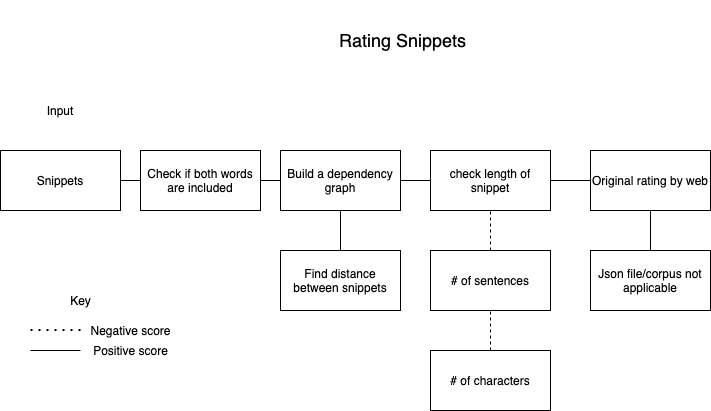
Above: Scoring.png in Forward-UIUC-2022S/naifu-zheng-relations-between-keywords (draw.io), before the change. Source tidied: cells renumbered, new cells last; positions are measured from the earlier drawing's top-left corner, leaving out a move shared by most shapes. Its diagram source:
```xml
<mxGraphModel>
  <root>
    <mxCell id="0" />
    <mxCell id="1" parent="0" />
    <mxCell id="2" value="Snippets" style="rounded=0;whiteSpace=wrap;html=1;" parent="1" vertex="1">
      <mxGeometry y="150" width="120" height="60" as="geometry" />
    </mxCell>
    <mxCell id="3" value="&lt;font style=&quot;font-size: 18px&quot;&gt;Rating Snippets&lt;br&gt;&lt;/font&gt;" style="text;html=1;strokeColor=none;fillColor=none;align=center;verticalAlign=middle;whiteSpace=wrap;rounded=0;" parent="1" vertex="1">
      <mxGeometry x="315" width="175" height="80" as="geometry" />
    </mxCell>
    <mxCell id="4" value="Input" style="text;html=1;strokeColor=none;fillColor=none;align=center;verticalAlign=middle;whiteSpace=wrap;rounded=0;" parent="1" vertex="1">
      <mxGeometry x="40" y="100" width="40" height="20" as="geometry" />
    </mxCell>
    <mxCell id="5" style="endArrow=none;html=1;exitX=1;exitY=0.5;exitDx=0;exitDy=0;entryX=0;entryY=0.5;entryDx=0;entryDy=0;" parent="1" edge="1" source="2" target="6">
      <mxGeometry relative="1" as="geometry" />
    </mxCell>
    <mxCell id="6" value="Check if both words are included" style="rounded=0;whiteSpace=wrap;html=1;" parent="1" vertex="1">
      <mxGeometry x="140" y="150" width="120" height="60" as="geometry" />
    </mxCell>
    <mxCell id="7" value="Build a dependency graph" style="rounded=0;whiteSpace=wrap;html=1;" parent="1" vertex="1">
      <mxGeometry x="280" y="150" width="120" height="60" as="geometry" />
    </mxCell>
    <mxCell id="8" style="endArrow=none;html=1;entryX=0;entryY=0.5;entryDx=0;entryDy=0;exitX=1;exitY=0.5;exitDx=0;exitDy=0;" parent="1" edge="1" source="6" target="7">
      <mxGeometry relative="1" as="geometry" />
    </mxCell>
    <mxCell id="9" value="Find distance between snippets" style="rounded=0;whiteSpace=wrap;html=1;" parent="1" vertex="1">
      <mxGeometry x="280" y="250" width="120" height="60" as="geometry" />
    </mxCell>
    <mxCell id="10" style="endArrow=none;html=1;entryX=0.5;entryY=1;entryDx=0;entryDy=0;exitX=0.5;exitY=0;exitDx=0;exitDy=0;" parent="1" edge="1" target="7">
      <mxGeometry relative="1" as="geometry">
        <mxPoint x="340" y="250" as="sourcePoint" />
      </mxGeometry>
    </mxCell>
    <mxCell id="11" value="check length of snippet" style="rounded=0;whiteSpace=wrap;html=1;" parent="1" vertex="1">
      <mxGeometry x="430" y="150" width="120" height="60" as="geometry" />
    </mxCell>
    <mxCell id="12" style="endArrow=none;html=1;entryX=0;entryY=0.5;entryDx=0;entryDy=0;exitX=1;exitY=0.5;exitDx=0;exitDy=0;" parent="1" edge="1" source="7" target="11">
      <mxGeometry relative="1" as="geometry" />
    </mxCell>
    <mxCell id="13" value="# of sentences" style="rounded=0;whiteSpace=wrap;html=1;" parent="1" vertex="1">
      <mxGeometry x="430" y="250" width="120" height="60" as="geometry" />
    </mxCell>
    <mxCell id="14" value="# of characters" style="rounded=0;whiteSpace=wrap;html=1;" parent="1" vertex="1">
      <mxGeometry x="430" y="350" width="120" height="60" as="geometry" />
    </mxCell>
    <mxCell id="15" style="endArrow=none;dashed=1;html=1;dashPattern=1 3;strokeWidth=2;" parent="1" edge="1">
      <mxGeometry relative="1" as="geometry">
        <mxPoint x="30" y="329.5" as="sourcePoint" />
        <mxPoint x="80" y="329.5" as="targetPoint" />
        <Array as="points">
          <mxPoint x="80" y="329.5" />
        </Array>
      </mxGeometry>
    </mxCell>
    <mxCell id="16" value="Key&lt;br&gt;" style="text;html=1;align=center;verticalAlign=middle;strokeColor=none;" parent="1" vertex="1">
      <mxGeometry x="60" y="290" width="40" height="20" as="geometry" />
    </mxCell>
    <mxCell id="17" style="endArrow=none;html=1;" parent="1" edge="1">
      <mxGeometry relative="1" as="geometry">
        <mxPoint x="30" y="350" as="sourcePoint" />
        <mxPoint x="80" y="350" as="targetPoint" />
      </mxGeometry>
    </mxCell>
    <mxCell id="18" value="Negative score" style="text;html=1;align=center;verticalAlign=middle;strokeColor=none;" parent="1" vertex="1">
      <mxGeometry x="80" y="320" width="100" height="20" as="geometry" />
    </mxCell>
    <mxCell id="19" value="Positive score" style="text;html=1;align=center;verticalAlign=middle;strokeColor=none;" parent="1" vertex="1">
      <mxGeometry x="85" y="340" width="90" height="20" as="geometry" />
    </mxCell>
    <mxCell id="20" style="endArrow=none;dashed=1;html=1;entryX=0.5;entryY=1;entryDx=0;entryDy=0;exitX=0.5;exitY=0;exitDx=0;exitDy=0;" parent="1" edge="1" target="11">
      <mxGeometry relative="1" as="geometry">
        <mxPoint x="490" y="250" as="sourcePoint" />
      </mxGeometry>
    </mxCell>
    <mxCell id="21" style="endArrow=none;dashed=1;html=1;entryX=0.5;entryY=1;entryDx=0;entryDy=0;exitX=0.5;exitY=0;exitDx=0;exitDy=0;" parent="1" edge="1" source="14" target="13">
      <mxGeometry relative="1" as="geometry" />
    </mxCell>
    <mxCell id="22" style="endArrow=none;html=1;exitX=1;exitY=0.5;exitDx=0;exitDy=0;entryX=0;entryY=0.5;entryDx=0;entryDy=0;" parent="1" edge="1" source="11" target="23">
      <mxGeometry relative="1" as="geometry" />
    </mxCell>
    <mxCell id="23" value="Original rating by web" style="rounded=0;whiteSpace=wrap;html=1;" parent="1" vertex="1">
      <mxGeometry x="590" y="150" width="120" height="60" as="geometry" />
    </mxCell>
    <mxCell id="24" value="Json file/corpus not applicable" style="rounded=0;whiteSpace=wrap;html=1;" parent="1" vertex="1">
      <mxGeometry x="590" y="250" width="120" height="60" as="geometry" />
    </mxCell>
    <mxCell id="25" style="endArrow=none;html=1;entryX=0.5;entryY=1;entryDx=0;entryDy=0;exitX=0.5;exitY=0;exitDx=0;exitDy=0;" parent="1" edge="1" target="23">
      <mxGeometry relative="1" as="geometry">
        <mxPoint x="650" y="250" as="sourcePoint" />
      </mxGeometry>
    </mxCell>
  </root>
</mxGraphModel>
```
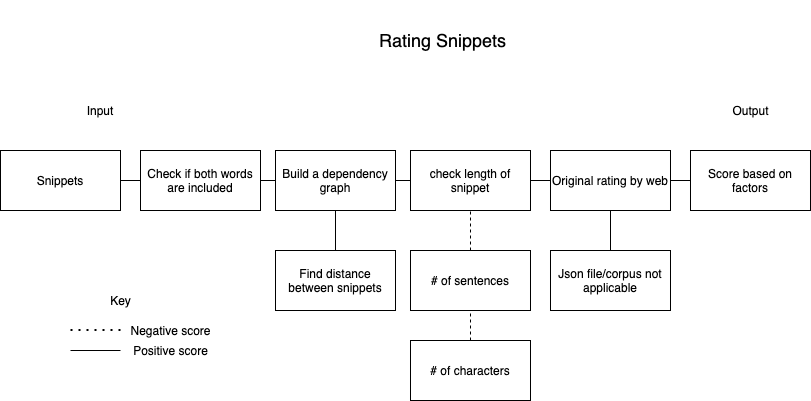
The same file after the commit.

Diff of the diagram source:
```diff
@@ -3,7 +3,7 @@
     <mxCell id="0" />
     <mxCell id="1" parent="0" />
     <mxCell id="2" value="Snippets" style="rounded=0;whiteSpace=wrap;html=1;" parent="1" vertex="1">
-      <mxGeometry y="150" width="120" height="60" as="geometry" />
+      <mxGeometry x="-40" y="150" width="120" height="60" as="geometry" />
     </mxCell>
     <mxCell id="3" value="&lt;font style=&quot;font-size: 18px&quot;&gt;Rating Snippets&lt;br&gt;&lt;/font&gt;" style="text;html=1;strokeColor=none;fillColor=none;align=center;verticalAlign=middle;whiteSpace=wrap;rounded=0;" parent="1" vertex="1">
       <mxGeometry x="315" width="175" height="80" as="geometry" />
@@ -15,33 +15,31 @@
       <mxGeometry relative="1" as="geometry" />
     </mxCell>
     <mxCell id="6" value="Check if both words are included" style="rounded=0;whiteSpace=wrap;html=1;" parent="1" vertex="1">
-      <mxGeometry x="140" y="150" width="120" height="60" as="geometry" />
+      <mxGeometry x="100" y="150" width="120" height="60" as="geometry" />
     </mxCell>
     <mxCell id="7" value="Build a dependency graph" style="rounded=0;whiteSpace=wrap;html=1;" parent="1" vertex="1">
-      <mxGeometry x="280" y="150" width="120" height="60" as="geometry" />
+      <mxGeometry x="235" y="150" width="120" height="60" as="geometry" />
     </mxCell>
     <mxCell id="8" style="endArrow=none;html=1;entryX=0;entryY=0.5;entryDx=0;entryDy=0;exitX=1;exitY=0.5;exitDx=0;exitDy=0;" parent="1" edge="1" source="6" target="7">
       <mxGeometry relative="1" as="geometry" />
     </mxCell>
     <mxCell id="9" value="Find distance between snippets" style="rounded=0;whiteSpace=wrap;html=1;" parent="1" vertex="1">
-      <mxGeometry x="280" y="250" width="120" height="60" as="geometry" />
+      <mxGeometry x="235" y="250" width="120" height="60" as="geometry" />
     </mxCell>
-    <mxCell id="10" style="endArrow=none;html=1;entryX=0.5;entryY=1;entryDx=0;entryDy=0;exitX=0.5;exitY=0;exitDx=0;exitDy=0;" parent="1" edge="1" target="7">
-      <mxGeometry relative="1" as="geometry">
-        <mxPoint x="340" y="250" as="sourcePoint" />
-      </mxGeometry>
+    <mxCell id="10" style="endArrow=none;html=1;entryX=0.5;entryY=1;entryDx=0;entryDy=0;exitX=0.5;exitY=0;exitDx=0;exitDy=0;" parent="1" edge="1" source="9" target="7">
+      <mxGeometry relative="1" as="geometry" />
     </mxCell>
     <mxCell id="11" value="check length of snippet" style="rounded=0;whiteSpace=wrap;html=1;" parent="1" vertex="1">
-      <mxGeometry x="430" y="150" width="120" height="60" as="geometry" />
+      <mxGeometry x="370" y="150" width="120" height="60" as="geometry" />
     </mxCell>
     <mxCell id="12" style="endArrow=none;html=1;entryX=0;entryY=0.5;entryDx=0;entryDy=0;exitX=1;exitY=0.5;exitDx=0;exitDy=0;" parent="1" edge="1" source="7" target="11">
       <mxGeometry relative="1" as="geometry" />
     </mxCell>
     <mxCell id="13" value="# of sentences" style="rounded=0;whiteSpace=wrap;html=1;" parent="1" vertex="1">
-      <mxGeometry x="430" y="250" width="120" height="60" as="geometry" />
+      <mxGeometry x="370" y="250" width="120" height="60" as="geometry" />
     </mxCell>
     <mxCell id="14" value="# of characters" style="rounded=0;whiteSpace=wrap;html=1;" parent="1" vertex="1">
-      <mxGeometry x="430" y="350" width="120" height="60" as="geometry" />
+      <mxGeometry x="370" y="340" width="120" height="60" as="geometry" />
     </mxCell>
     <mxCell id="15" style="endArrow=none;dashed=1;html=1;dashPattern=1 3;strokeWidth=2;" parent="1" edge="1">
       <mxGeometry relative="1" as="geometry">
@@ -67,10 +65,8 @@
     <mxCell id="19" value="Positive score" style="text;html=1;align=center;verticalAlign=middle;strokeColor=none;" parent="1" vertex="1">
       <mxGeometry x="85" y="340" width="90" height="20" as="geometry" />
     </mxCell>
-    <mxCell id="20" style="endArrow=none;dashed=1;html=1;entryX=0.5;entryY=1;entryDx=0;entryDy=0;exitX=0.5;exitY=0;exitDx=0;exitDy=0;" parent="1" edge="1" target="11">
-      <mxGeometry relative="1" as="geometry">
-        <mxPoint x="490" y="250" as="sourcePoint" />
-      </mxGeometry>
+    <mxCell id="20" style="endArrow=none;dashed=1;html=1;entryX=0.5;entryY=1;entryDx=0;entryDy=0;exitX=0.5;exitY=0;exitDx=0;exitDy=0;" parent="1" edge="1" source="13" target="11">
+      <mxGeometry relative="1" as="geometry" />
     </mxCell>
     <mxCell id="21" style="endArrow=none;dashed=1;html=1;entryX=0.5;entryY=1;entryDx=0;entryDy=0;exitX=0.5;exitY=0;exitDx=0;exitDy=0;" parent="1" edge="1" source="14" target="13">
       <mxGeometry relative="1" as="geometry" />
@@ -79,15 +75,22 @@
       <mxGeometry relative="1" as="geometry" />
     </mxCell>
     <mxCell id="23" value="Original rating by web" style="rounded=0;whiteSpace=wrap;html=1;" parent="1" vertex="1">
-      <mxGeometry x="590" y="150" width="120" height="60" as="geometry" />
+      <mxGeometry x="510" y="150" width="120" height="60" as="geometry" />
     </mxCell>
     <mxCell id="24" value="Json file/corpus not applicable" style="rounded=0;whiteSpace=wrap;html=1;" parent="1" vertex="1">
-      <mxGeometry x="590" y="250" width="120" height="60" as="geometry" />
+      <mxGeometry x="510" y="250" width="120" height="60" as="geometry" />
     </mxCell>
-    <mxCell id="25" style="endArrow=none;html=1;entryX=0.5;entryY=1;entryDx=0;entryDy=0;exitX=0.5;exitY=0;exitDx=0;exitDy=0;" parent="1" edge="1" target="23">
-      <mxGeometry relative="1" as="geometry">
-        <mxPoint x="650" y="250" as="sourcePoint" />
-      </mxGeometry>
+    <mxCell id="25" style="endArrow=none;html=1;entryX=0.5;entryY=1;entryDx=0;entryDy=0;exitX=0.5;exitY=0;exitDx=0;exitDy=0;" parent="1" edge="1" source="24" target="23">
+      <mxGeometry relative="1" as="geometry" />
     </mxCell>
+    <mxCell id="26" value="Score based on factors" style="rounded=0;whiteSpace=wrap;html=1;" parent="1" vertex="1">
+      <mxGeometry x="650" y="150" width="120" height="60" as="geometry" />
+    </mxCell>
+    <mxCell id="27" value="Output" style="text;html=1;align=center;verticalAlign=middle;strokeColor=none;fillColor=none;" parent="1" vertex="1">
+      <mxGeometry x="685" y="100" width="50" height="20" as="geometry" />
+    </mxCell>
+    <mxCell id="28" style="endArrow=none;html=1;rounded=0;entryX=0;entryY=0.5;entryDx=0;entryDy=0;exitX=1;exitY=0.5;exitDx=0;exitDy=0;" parent="1" edge="1" source="23" target="26">
+      <mxGeometry relative="1" as="geometry" />
+    </mxCell>
   </root>
 </mxGraphModel>
```
